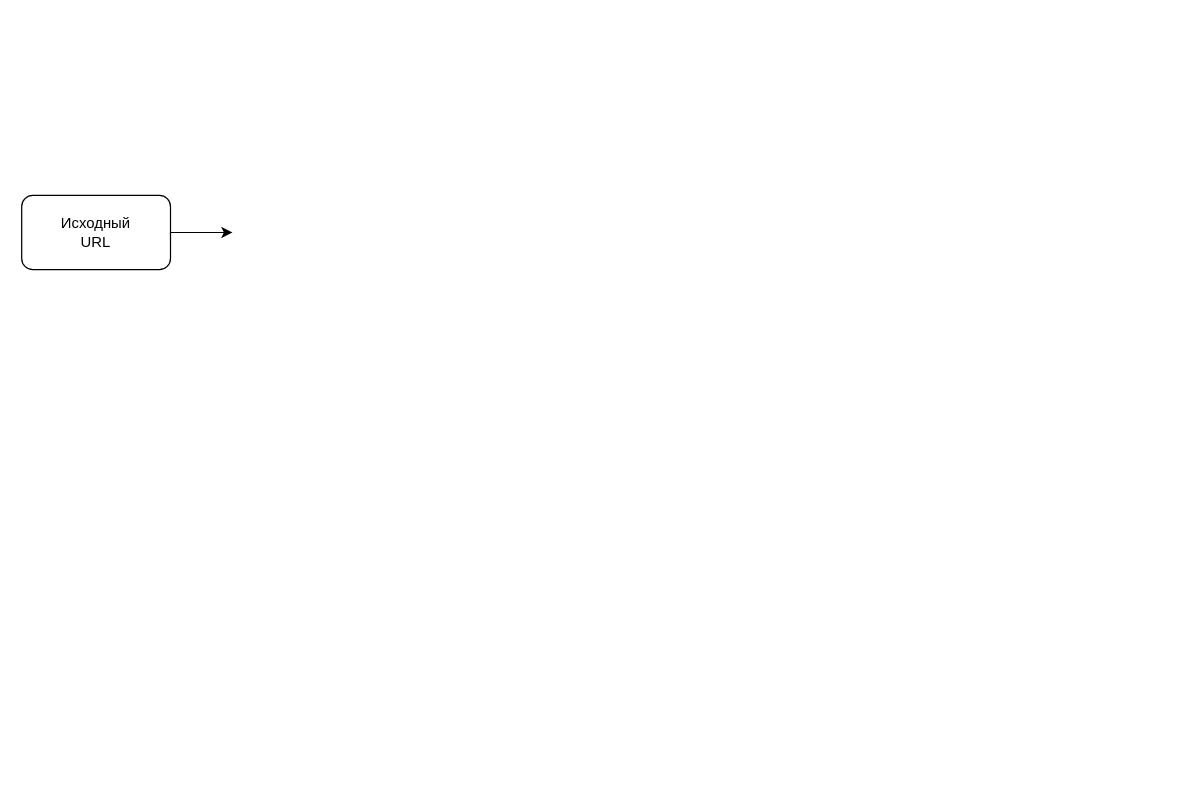
Earlier version of the draw.io diagram Untitled Diagram.drawio (LeonidNelepov/drawio). Source tidied: cells renumbered, new cells numbered last; positions are measured from the earlier drawing's top-left corner, leaving out a move shared by most shapes. Both pictures are drawn from the tidied source at 124%, with x=0, y=0 at pixel (21, 195).
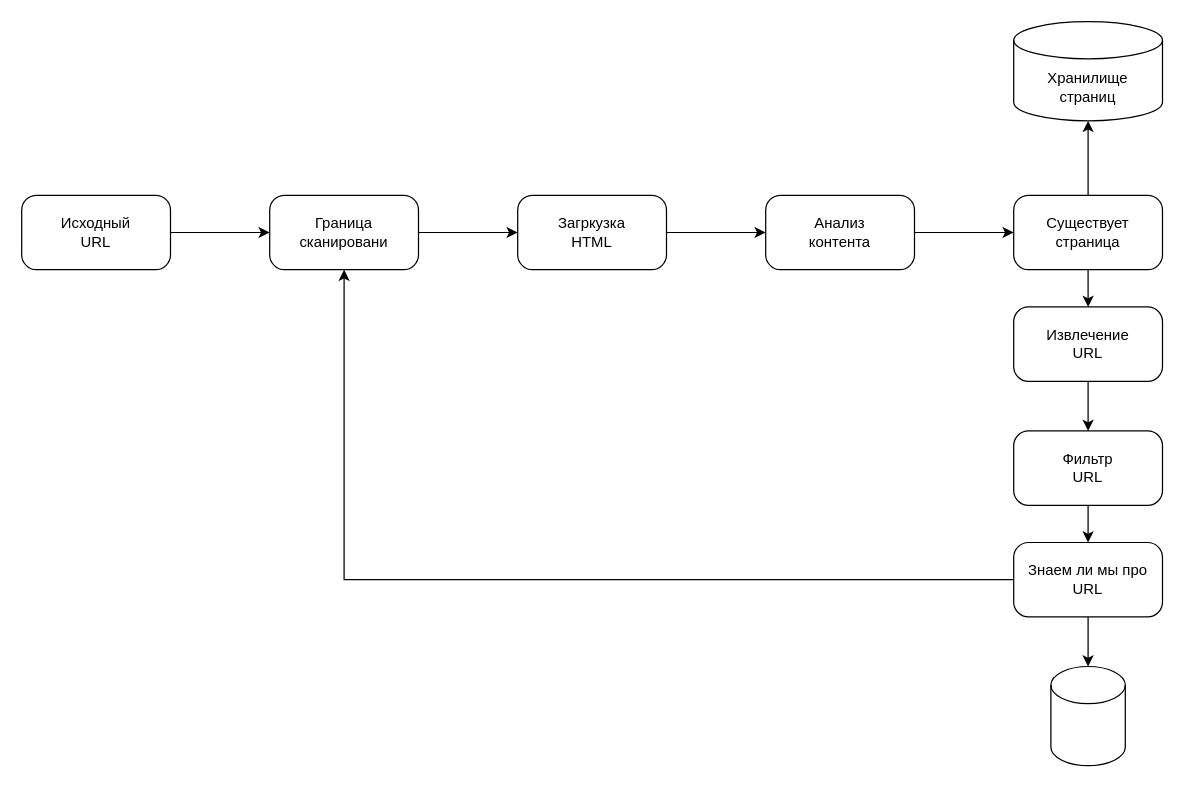
Above is the later version.

Change to the diagram source:
```diff
@@
-    <mxCell id="2" style="edgeStyle=orthogonalEdgeStyle;rounded=0;jettySize=auto;html=1;" parent="1" edge="1" source="3">
-      <mxGeometry relative="1" as="geometry">
-        <mxPoint x="170" y="30" as="targetPoint" />
-      </mxGeometry>
-    </mxCell>
+    <mxCell id="4" style="edgeStyle=orthogonalEdgeStyle;rounded=0;jettySize=auto;html=1;" parent="1" edge="1" source="3" target="6">
+      <mxGeometry relative="1" as="geometry" />
+    </mxCell>
-    <mxCell id="3" value="Исходный&lt;br&gt;URL&lt;br&gt;" style="rounded=1;whiteSpace=wrap;html=1;" parent="1" vertex="1">
+    <mxCell id="3" value="Исходный&lt;br&gt;URL&lt;br&gt;" style="rounded=1;whiteSpace=wrap;html=1;arcSize=20;" parent="1" vertex="1">
       <mxGeometry width="120" height="60" as="geometry" />
     </mxCell>
+    <mxCell id="5" style="edgeStyle=orthogonalEdgeStyle;rounded=0;jettySize=auto;html=1;" parent="1" edge="1" source="6" target="8">
+      <mxGeometry relative="1" as="geometry" />
+    </mxCell>
+    <mxCell id="6" value="Граница&lt;br&gt;сканировани" style="rounded=1;whiteSpace=wrap;html=1;arcSize=20;" parent="1" vertex="1">
+      <mxGeometry x="200" width="120" height="60" as="geometry" />
+    </mxCell>
+    <mxCell id="7" style="edgeStyle=orthogonalEdgeStyle;rounded=0;jettySize=auto;html=1;" parent="1" edge="1" source="8" target="10">
+      <mxGeometry relative="1" as="geometry" />
+    </mxCell>
+    <mxCell id="8" value="Загркузка&lt;br&gt;HTML" style="whiteSpace=wrap;html=1;rounded=1;arcSize=20;" parent="1" vertex="1">
+      <mxGeometry x="400" width="120" height="60" as="geometry" />
+    </mxCell>
+    <mxCell id="9" style="edgeStyle=orthogonalEdgeStyle;rounded=0;jettySize=auto;html=1;" parent="1" edge="1" source="10" target="13">
+      <mxGeometry relative="1" as="geometry" />
+    </mxCell>
+    <mxCell id="10" value="Анализ&lt;br&gt;контента" style="whiteSpace=wrap;html=1;rounded=1;arcSize=20;" parent="1" vertex="1">
+      <mxGeometry x="600" width="120" height="60" as="geometry" />
+    </mxCell>
+    <mxCell id="11" style="edgeStyle=orthogonalEdgeStyle;rounded=0;jettySize=auto;html=1;" parent="1" edge="1" source="13" target="14">
+      <mxGeometry relative="1" as="geometry" />
+    </mxCell>
+    <mxCell id="12" style="edgeStyle=orthogonalEdgeStyle;rounded=0;jettySize=auto;html=1;" parent="1" edge="1" source="13" target="16">
+      <mxGeometry relative="1" as="geometry" />
+    </mxCell>
+    <mxCell id="13" value="Существует&lt;br&gt;страница" style="whiteSpace=wrap;html=1;rounded=1;arcSize=20;" parent="1" vertex="1">
+      <mxGeometry x="800" width="120" height="60" as="geometry" />
+    </mxCell>
+    <mxCell id="14" value="Хранилище&lt;br&gt;страниц" style="shape=cylinder3;whiteSpace=wrap;html=1;boundedLbl=1;backgroundOutline=1;size=15;" parent="1" vertex="1">
+      <mxGeometry x="800" y="-140" width="120" height="80" as="geometry" />
+    </mxCell>
+    <mxCell id="15" style="edgeStyle=orthogonalEdgeStyle;rounded=0;jettySize=auto;html=1;" parent="1" edge="1" source="16" target="18">
+      <mxGeometry relative="1" as="geometry" />
+    </mxCell>
+    <mxCell id="16" value="Извлечение&lt;br&gt;URL" style="whiteSpace=wrap;html=1;rounded=1;arcSize=20;" parent="1" vertex="1">
+      <mxGeometry x="800" y="90" width="120" height="60" as="geometry" />
+    </mxCell>
+    <mxCell id="17" style="edgeStyle=orthogonalEdgeStyle;rounded=0;jettySize=auto;html=1;" parent="1" edge="1" source="18" target="22">
+      <mxGeometry relative="1" as="geometry" />
+    </mxCell>
+    <mxCell id="18" value="Фильтр&lt;br&gt;URL" style="whiteSpace=wrap;html=1;rounded=1;arcSize=20;" parent="1" vertex="1">
+      <mxGeometry x="800" y="190" width="120" height="60" as="geometry" />
+    </mxCell>
+    <mxCell id="19" style="shape=cylinder3;whiteSpace=wrap;html=1;boundedLbl=1;backgroundOutline=1;size=15;" parent="1" vertex="1">
+      <mxGeometry x="830" y="380" width="60" height="80" as="geometry" />
+    </mxCell>
+    <mxCell id="20" style="edgeStyle=orthogonalEdgeStyle;rounded=0;jettySize=auto;html=1;" parent="1" edge="1" source="22" target="19">
+      <mxGeometry relative="1" as="geometry" />
+    </mxCell>
+    <mxCell id="21" style="edgeStyle=orthogonalEdgeStyle;rounded=0;jettySize=auto;html=1;exitX=0;exitY=0.5;exitDx=0;exitDy=0;" parent="1" edge="1" source="22" target="6">
+      <mxGeometry relative="1" as="geometry" />
+    </mxCell>
+    <mxCell id="22" value="Знаем ли мы про URL" style="whiteSpace=wrap;html=1;rounded=1;arcSize=20;" parent="1" vertex="1">
+      <mxGeometry x="800" y="280" width="120" height="60" as="geometry" />
+    </mxCell>
```
